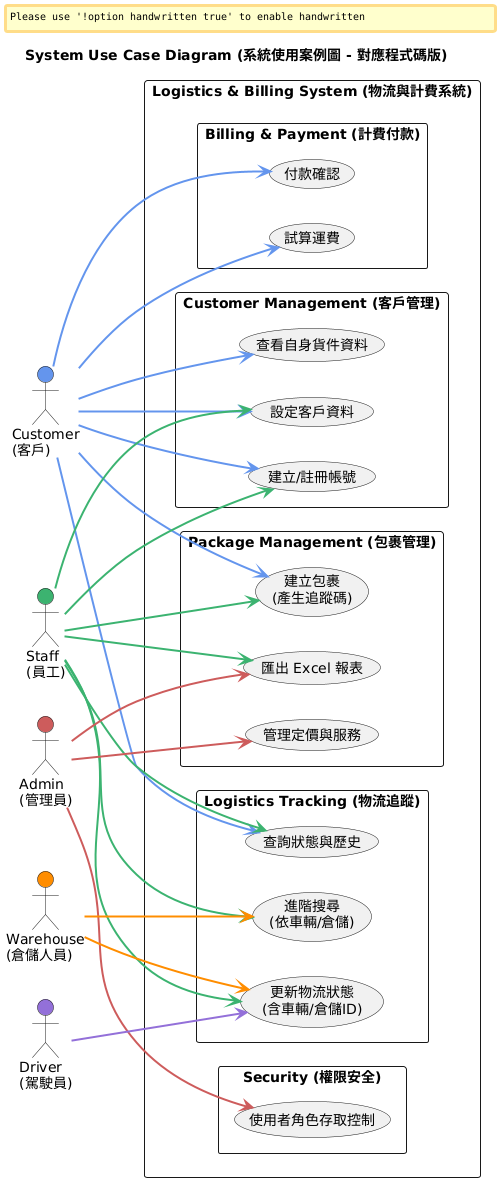
Above: diagrams/PNG/系統使用案例圖.png in tse0414/bla (PlantUML), before the change.
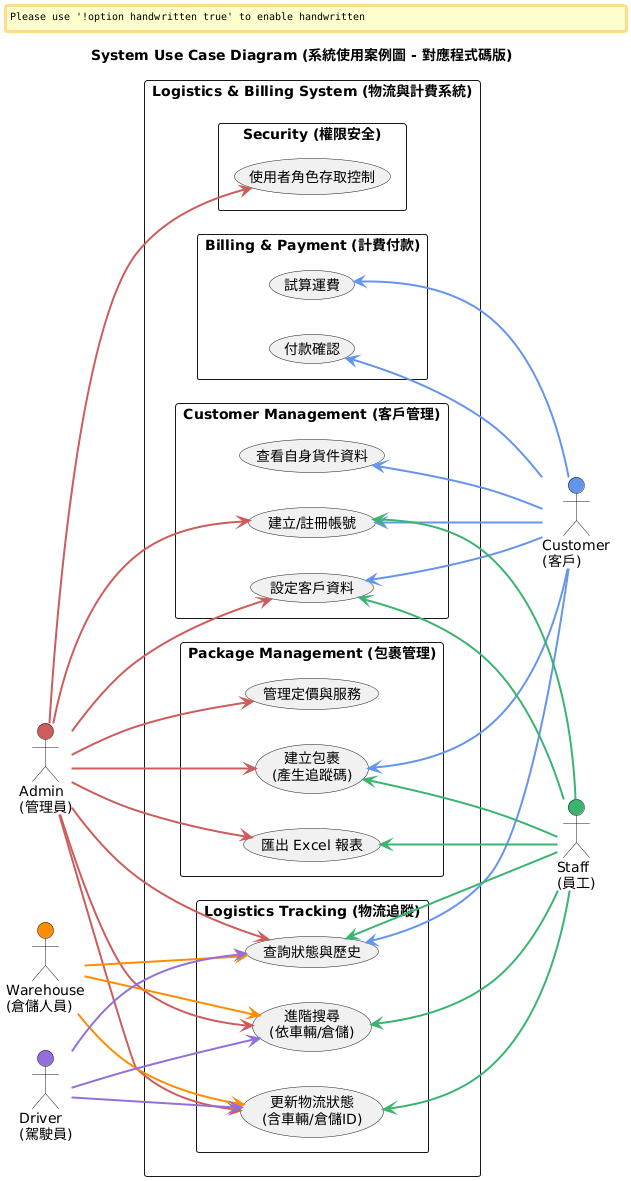
After the commit.

Diff of the diagram source:
```diff
@@ -1,8 +1,8 @@
 @startuml
-left to right direction
 skinparam packageStyle rectangle
 skinparam shadowing false
 skinparam handwritten false
+left to right direction
 
 skinparam arrowThickness 2
 
@@ -16,57 +16,67 @@
 
 rectangle "Logistics & Billing System (物流與計費系統)" {
 
-    package "Customer Management (客戶管理)" {
+    package "Customer Management (客戶管理)" as P1 {
         usecase "建立/註冊帳號" as UC_Register
         usecase "設定客戶資料" as UC_Profile
         usecase "查看自身貨件資料" as UC_ViewMyShipments
     }
 
-    package "Package Management (包裹管理)" {
+    package "Package Management (包裹管理)" as P2 {
         usecase "建立包裹\n(產生追蹤碼)" as UC_CreatePkg
         usecase "管理定價與服務" as UC_ManageService
         usecase "匯出 Excel 報表" as UC_Download
     }
 
-    package "Logistics Tracking (物流追蹤)" {
+    package "Logistics Tracking (物流追蹤)" as P3 {
         usecase "更新物流狀態\n(含車輛/倉儲ID)" as UC_UpdateStatus
         usecase "查詢狀態與歷史" as UC_QueryStatus
         usecase "進階搜尋\n(依車輛/倉儲)" as UC_AdvSearch
     }
 
-    package "Billing & Payment (計費付款)" {
+    package "Billing & Payment (計費付款)" as P4 {
         usecase "試算運費" as UC_CalcCost
         usecase "付款確認" as UC_Pay
     }
 
-    package "Security (權限安全)" {
+    package "Security (權限安全)" as P5 {
         usecase "使用者角色存取控制" as UC_RBAC
     }
 }
 
 
-Customer -[#CornflowerBlue]-> UC_Register
-Customer -[#CornflowerBlue]-> UC_Profile
-Customer -[#CornflowerBlue]-> UC_ViewMyShipments
-Customer -[#CornflowerBlue]-> UC_CreatePkg
-Customer -[#CornflowerBlue]-> UC_QueryStatus
-Customer -[#CornflowerBlue]-> UC_CalcCost
-Customer -[#CornflowerBlue]-> UC_Pay
+Customer -[#CornflowerBlue]up-> UC_Register
+Customer -[#CornflowerBlue]up-> UC_Profile
+Customer -[#CornflowerBlue]up-> UC_ViewMyShipments
+Customer -[#CornflowerBlue]up-> UC_CreatePkg
+Customer -[#CornflowerBlue]up-> UC_QueryStatus
+Customer -[#CornflowerBlue]up-> UC_CalcCost
+Customer -[#CornflowerBlue]up-> UC_Pay
 
-Staff -[#MediumSeaGreen]-> UC_Register
-Staff -[#MediumSeaGreen]-> UC_Profile
-Staff -[#MediumSeaGreen]-> UC_CreatePkg
-Staff -[#MediumSeaGreen]-> UC_QueryStatus
-Staff -[#MediumSeaGreen]-> UC_UpdateStatus
-Staff -[#MediumSeaGreen]-> UC_Download
-Staff -[#MediumSeaGreen]-> UC_AdvSearch
+Staff -[#MediumSeaGreen]up-> UC_Register
+Staff -[#MediumSeaGreen]up-> UC_Profile
+Staff -[#MediumSeaGreen]up-> UC_CreatePkg
+Staff -[#MediumSeaGreen]up-> UC_QueryStatus
+Staff -[#MediumSeaGreen]up-> UC_UpdateStatus
+Staff -[#MediumSeaGreen]up-> UC_Download
+Staff -[#MediumSeaGreen]up-> UC_AdvSearch
 
-Admin -[#IndianRed]-> UC_ManageService
-Admin -[#IndianRed]-> UC_RBAC
-Admin -[#IndianRed]-> UC_Download
 
-Warehouse -[#DarkOrange]-> UC_UpdateStatus
-Warehouse -[#DarkOrange]-> UC_AdvSearch
+Admin -[#IndianRed]down-> UC_ManageService
+Admin -[#IndianRed]down-> UC_RBAC
+Admin -[#IndianRed]down-> UC_Download
+Admin -[#IndianRed]down-> UC_Profile
+Admin -[#IndianRed]down-> UC_Register
+Admin -[#IndianRed]down-> UC_CreatePkg
+Admin -[#IndianRed]down-> UC_QueryStatus
+Admin -[#IndianRed]down-> UC_AdvSearch
+Admin -[#IndianRed]down-> UC_UpdateStatus
 
-Driver -[#MediumPurple]-> UC_UpdateStatus
+Warehouse -[#DarkOrange]down-> UC_UpdateStatus
+Warehouse -[#DarkOrange]down-> UC_AdvSearch
+Warehouse -[#DarkOrange]down-> UC_QueryStatus
+
+Driver -[#MediumPurple]down-> UC_UpdateStatus
+Driver -[#MediumPurple]down-> UC_AdvSearch
+Driver -[#MediumPurple]down-> UC_QueryStatus
 @enduml
```
